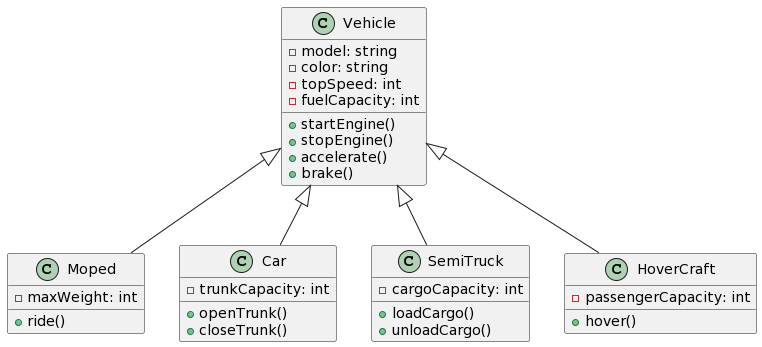
Earlier version of the PlantUML export LearnToCode/Workbook5/Mod01/ClassDiagram/Step3.png (RayMaroun/LearnToCode-FullRepo-Solutions).
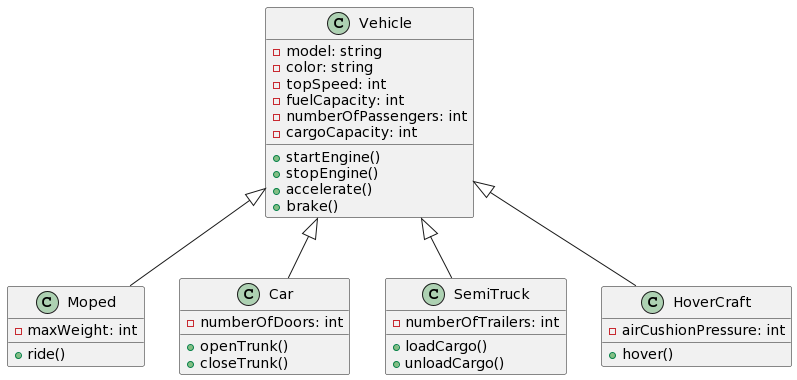
Above is the later version.

Diff of the diagram source:
```diff
@@ -4,6 +4,8 @@
   - color: string
   - topSpeed: int
   - fuelCapacity: int
+  - numberOfPassengers: int
+  - cargoCapacity: int
   + startEngine()
   + stopEngine()
   + accelerate()
@@ -16,19 +18,19 @@
 }
 
 class Car extends Vehicle {
-  - trunkCapacity: int
+  - numberOfDoors: int
   + openTrunk()
   + closeTrunk()
 }
 
 class SemiTruck extends Vehicle {
-  - cargoCapacity: int
+  - numberOfTrailers: int
   + loadCargo()
   + unloadCargo()
 }
 
 class HoverCraft extends Vehicle {
-  - passengerCapacity: int
+  - airCushionPressure: int
   + hover()
 }
 @enduml
```
